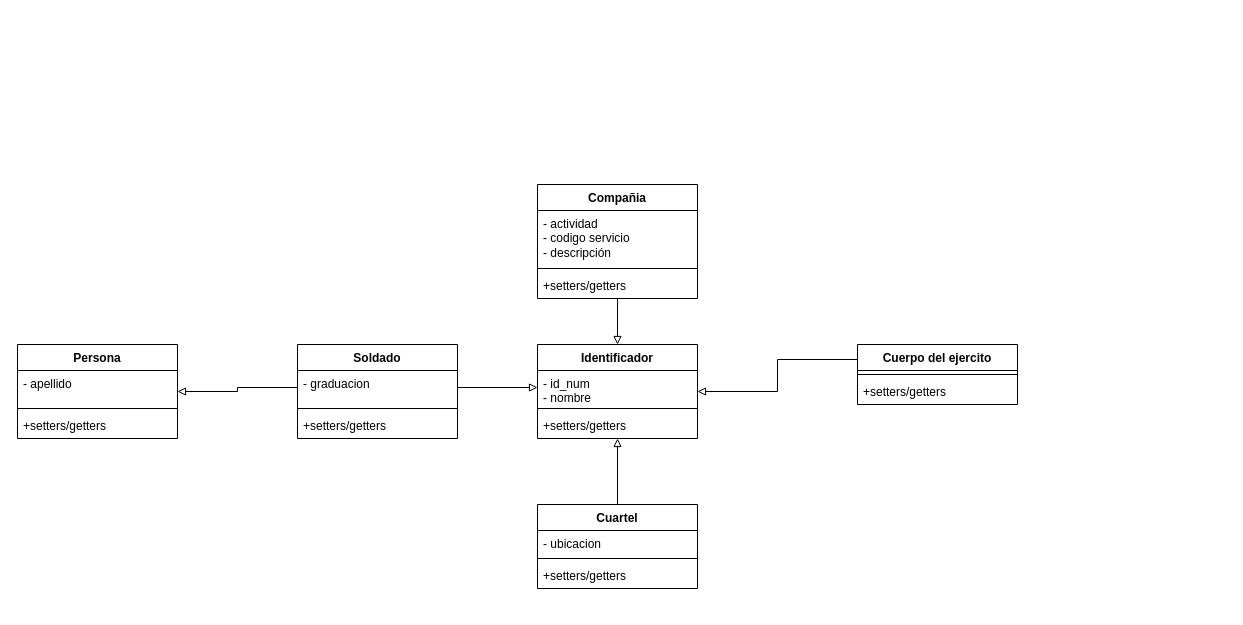
Above: img/ministerio_defensa.drawio in Aeyoz/entornos-desarrollo (draw.io), before the change. Source tidied: cells renumbered, new cells numbered last; positions are measured from the earlier drawing's top-left corner, leaving out a move shared by most shapes. Both pictures are drawn from the tidied source at 100%, with x=0, y=0 at pixel (17, 184).
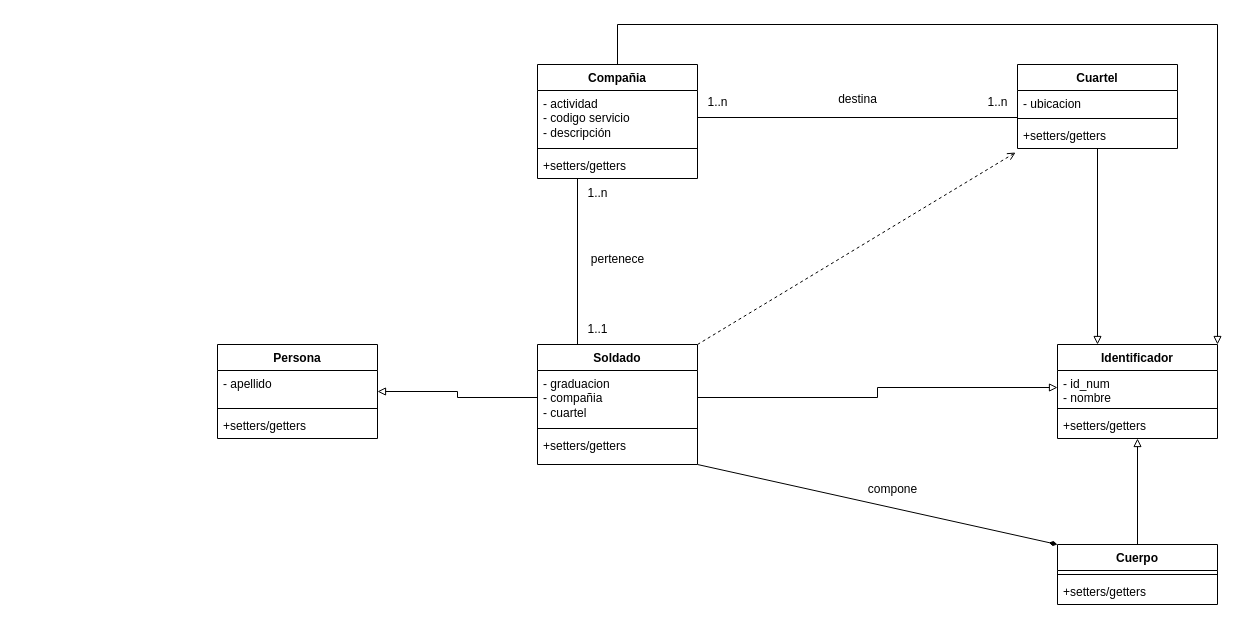
After the change.

Unchanged cells that the change refers to:
```xml
<mxCell id="14" style="line;strokeWidth=1;fillColor=none;align=left;verticalAlign=middle;spacingTop=-1;spacingLeft=3;spacingRight=3;labelPosition=right;points=[];portConstraint=eastwest;strokeColor=inherit;" parent="12" vertex="1">
  <mxGeometry y="50" width="160" height="8" as="geometry" />
</mxCell>
<mxCell id="15" value="+setters/getters" style="text;strokeColor=none;fillColor=none;align=left;verticalAlign=top;spacingLeft=4;spacingRight=4;overflow=hidden;points=[[0,0.5],[1,0.5]];portConstraint=eastwest;whiteSpace=wrap;html=1;" parent="12" vertex="1">
  <mxGeometry y="58" width="160" height="26" as="geometry" />
</mxCell>
<mxCell id="27" value="&lt;div&gt;- actividad&lt;/div&gt;&lt;div&gt;- codigo servicio&lt;br&gt;&lt;/div&gt;&lt;div&gt;- descripción&lt;br&gt;&lt;/div&gt;" style="text;strokeColor=none;fillColor=none;align=left;verticalAlign=top;spacingLeft=4;spacingRight=4;overflow=hidden;points=[[0,0.5],[1,0.5]];portConstraint=eastwest;whiteSpace=wrap;html=1;" parent="26" vertex="1">
  <mxGeometry y="26" width="160" height="54" as="geometry" />
</mxCell>
```

Change to the diagram source:
```diff
@@
     <mxCell id="3" value="Persona" style="swimlane;fontStyle=1;align=center;verticalAlign=top;horizontal=1;startSize=26;whiteSpace=wrap;html=1;" parent="1" vertex="1">
-      <mxGeometry y="160" width="160" height="94" as="geometry" />
+      <mxGeometry x="200" y="160" width="160" height="94" as="geometry" />
     </mxCell>
@@
+    <mxCell id="30" style="edgeStyle=orthogonalEdgeStyle;rounded=0;jettySize=auto;html=1;exitX=0.25;exitY=0;exitDx=0;exitDy=0;entryX=0.25;entryY=1;entryDx=0;entryDy=0;endArrow=none;endFill=0;" parent="1" edge="1" source="7" target="26">
+      <mxGeometry relative="1" as="geometry" />
+    </mxCell>
+    <mxCell id="31" style="rounded=0;jettySize=auto;html=1;exitX=1;exitY=1;exitDx=0;exitDy=0;entryX=0;entryY=0;entryDx=0;entryDy=0;endArrow=diamondThin;endFill=1;" parent="1" edge="1" source="7" target="17">
+      <mxGeometry relative="1" as="geometry" />
+    </mxCell>
+    <mxCell id="32" style="rounded=0;jettySize=auto;html=1;exitX=1;exitY=0;exitDx=0;exitDy=0;entryX=-0.012;entryY=1.154;entryDx=0;entryDy=0;dashed=1;endArrow=open;endFill=0;entryPerimeter=0;" parent="1" edge="1" source="7" target="15">
+      <mxGeometry relative="1" as="geometry" />
+    </mxCell>
     <mxCell id="7" value="Soldado" style="swimlane;fontStyle=1;align=center;verticalAlign=top;horizontal=1;startSize=26;whiteSpace=wrap;html=1;" parent="1" vertex="1">
-      <mxGeometry x="280" y="160" width="160" height="94" as="geometry" />
+      <mxGeometry x="520" y="160" width="160" height="120" as="geometry" />
     </mxCell>
-    <mxCell id="8" value="&lt;div&gt;- graduacion&lt;br&gt;&lt;/div&gt;" style="text;strokeColor=none;fillColor=none;align=left;verticalAlign=top;spacingLeft=4;spacingRight=4;overflow=hidden;points=[[0,0.5],[1,0.5]];portConstraint=eastwest;whiteSpace=wrap;html=1;" parent="7" vertex="1">
-      <mxGeometry y="26" width="160" height="34" as="geometry" />
+    <mxCell id="8" value="&lt;div&gt;- graduacion&lt;br&gt;&lt;/div&gt;&lt;div&gt;- compañia&lt;br&gt;&lt;/div&gt;&lt;div&gt;- cuartel&lt;br&gt;&lt;/div&gt;" style="text;strokeColor=none;fillColor=none;align=left;verticalAlign=top;spacingLeft=4;spacingRight=4;overflow=hidden;points=[[0,0.5],[1,0.5]];portConstraint=eastwest;whiteSpace=wrap;html=1;" parent="7" vertex="1">
+      <mxGeometry y="26" width="160" height="54" as="geometry" />
     </mxCell>
     <mxCell id="9" style="line;strokeWidth=1;fillColor=none;align=left;verticalAlign=middle;spacingTop=-1;spacingLeft=3;spacingRight=3;labelPosition=right;strokeColor=inherit;" parent="7" vertex="1">
-      <mxGeometry y="60" width="160" height="8" as="geometry" />
+      <mxGeometry y="80" width="160" height="8" as="geometry" />
     </mxCell>
     <mxCell id="10" value="+setters/getters" style="text;strokeColor=none;fillColor=none;align=left;verticalAlign=top;spacingLeft=4;spacingRight=4;overflow=hidden;whiteSpace=wrap;html=1;" parent="7" vertex="1">
-      <mxGeometry y="68" width="160" height="26" as="geometry" />
+      <mxGeometry y="88" width="160" height="32" as="geometry" />
     </mxCell>
-    <mxCell id="11" style="edgeStyle=orthogonalEdgeStyle;rounded=0;jettySize=auto;html=1;entryX=0.5;entryY=1;entryDx=0;entryDy=0;endArrow=block;endFill=0;" parent="1" edge="1" source="12" target="20">
+    <mxCell id="11" style="edgeStyle=orthogonalEdgeStyle;rounded=0;jettySize=auto;html=1;entryX=0.25;entryY=0;entryDx=0;entryDy=0;endArrow=block;endFill=0;" parent="1" edge="1" source="12" target="20">
       <mxGeometry relative="1" as="geometry" />
     </mxCell>
     <mxCell id="12" value="Cuartel" style="swimlane;fontStyle=1;align=center;verticalAlign=top;horizontal=1;startSize=26;whiteSpace=wrap;html=1;" parent="1" vertex="1">
-      <mxGeometry x="520" y="320" width="160" height="84" as="geometry" />
+      <mxGeometry x="1000" y="-120" width="160" height="84" as="geometry" />
     </mxCell>
@@
-    <mxCell id="16" style="edgeStyle=orthogonalEdgeStyle;rounded=0;jettySize=auto;html=1;exitX=0;exitY=0.25;exitDx=0;exitDy=0;entryX=1;entryY=0.5;entryDx=0;entryDy=0;endArrow=block;endFill=0;" parent="1" edge="1" source="17" target="20">
+    <mxCell id="16" style="edgeStyle=orthogonalEdgeStyle;rounded=0;jettySize=auto;html=1;exitX=0.5;exitY=0;exitDx=0;exitDy=0;endArrow=block;endFill=0;" parent="1" edge="1" source="17" target="20">
       <mxGeometry relative="1" as="geometry" />
     </mxCell>
-    <mxCell id="17" value="Cuerpo del ejercito" style="swimlane;fontStyle=1;align=center;verticalAlign=top;horizontal=1;startSize=26;whiteSpace=wrap;html=1;" parent="1" vertex="1">
-      <mxGeometry x="840" y="160" width="160" height="60" as="geometry" />
+    <mxCell id="17" value="&lt;div&gt;Cuerpo&lt;/div&gt;" style="swimlane;fontStyle=1;align=center;verticalAlign=top;horizontal=1;startSize=26;whiteSpace=wrap;html=1;" parent="1" vertex="1">
+      <mxGeometry x="1040" y="360" width="160" height="60" as="geometry" />
     </mxCell>
@@
     <mxCell id="20" value="Identificador" style="swimlane;fontStyle=1;align=center;verticalAlign=top;horizontal=1;startSize=26;whiteSpace=wrap;html=1;" parent="1" vertex="1">
-      <mxGeometry x="520" y="160" width="160" height="94" as="geometry" />
+      <mxGeometry x="1040" y="160" width="160" height="94" as="geometry" />
     </mxCell>
@@
-    <mxCell id="25" style="edgeStyle=orthogonalEdgeStyle;rounded=0;jettySize=auto;html=1;exitX=0.5;exitY=1;exitDx=0;exitDy=0;entryX=0.5;entryY=0;entryDx=0;entryDy=0;endArrow=block;endFill=0;" parent="1" edge="1" source="26" target="20">
-      <mxGeometry relative="1" as="geometry" />
+    <mxCell id="25" style="edgeStyle=orthogonalEdgeStyle;rounded=0;jettySize=auto;html=1;exitX=0.5;exitY=0;exitDx=0;exitDy=0;entryX=1;entryY=0;entryDx=0;entryDy=0;endArrow=block;endFill=0;" parent="1" edge="1" source="26" target="20">
+      <mxGeometry relative="1" as="geometry">
+        <Array as="points">
+          <mxPoint x="600" y="-160" />
+          <mxPoint x="1200" y="-160" />
+        </Array>
+      </mxGeometry>
     </mxCell>
     <mxCell id="26" value="Compañia" style="swimlane;fontStyle=1;align=center;verticalAlign=top;horizontal=1;startSize=26;whiteSpace=wrap;html=1;" parent="1" vertex="1">
-      <mxGeometry x="520" width="160" height="114" as="geometry" />
+      <mxGeometry x="520" y="-120" width="160" height="114" as="geometry" />
     </mxCell>
@@
+    <mxCell id="33" style="edgeStyle=orthogonalEdgeStyle;rounded=0;jettySize=auto;html=1;exitX=1;exitY=0.5;exitDx=0;exitDy=0;entryX=0;entryY=0.375;entryDx=0;entryDy=0;entryPerimeter=0;endArrow=none;endFill=0;" parent="1" edge="1" source="27" target="14">
+      <mxGeometry relative="1" as="geometry" />
+    </mxCell>
+    <mxCell id="34" value="destina" style="text;html=1;align=center;verticalAlign=middle;strokeColor=none;fillColor=none;" parent="1" vertex="1">
+      <mxGeometry x="810" y="-100" width="60" height="30" as="geometry" />
+    </mxCell>
+    <mxCell id="35" value="pertenece" style="text;html=1;align=center;verticalAlign=middle;strokeColor=none;fillColor=none;" parent="1" vertex="1">
+      <mxGeometry x="560" y="60" width="80" height="30" as="geometry" />
+    </mxCell>
+    <mxCell id="36" value="1..1" style="text;html=1;align=center;verticalAlign=middle;strokeColor=none;fillColor=none;" parent="1" vertex="1">
+      <mxGeometry x="560" y="130" width="40" height="30" as="geometry" />
+    </mxCell>
+    <mxCell id="37" value="1..n" style="text;html=1;align=center;verticalAlign=middle;strokeColor=none;fillColor=none;" parent="1" vertex="1">
+      <mxGeometry x="560" y="-6" width="40" height="30" as="geometry" />
+    </mxCell>
+    <mxCell id="38" value="1..n" style="text;html=1;align=center;verticalAlign=middle;strokeColor=none;fillColor=none;" parent="1" vertex="1">
+      <mxGeometry x="680" y="-97" width="40" height="30" as="geometry" />
+    </mxCell>
+    <mxCell id="39" value="1..n" style="text;html=1;align=center;verticalAlign=middle;strokeColor=none;fillColor=none;" parent="1" vertex="1">
+      <mxGeometry x="960" y="-97" width="40" height="30" as="geometry" />
+    </mxCell>
+    <mxCell id="40" value="compone" style="text;html=1;align=center;verticalAlign=middle;strokeColor=none;fillColor=none;" parent="1" vertex="1">
+      <mxGeometry x="840" y="290" width="70" height="30" as="geometry" />
+    </mxCell>
```
